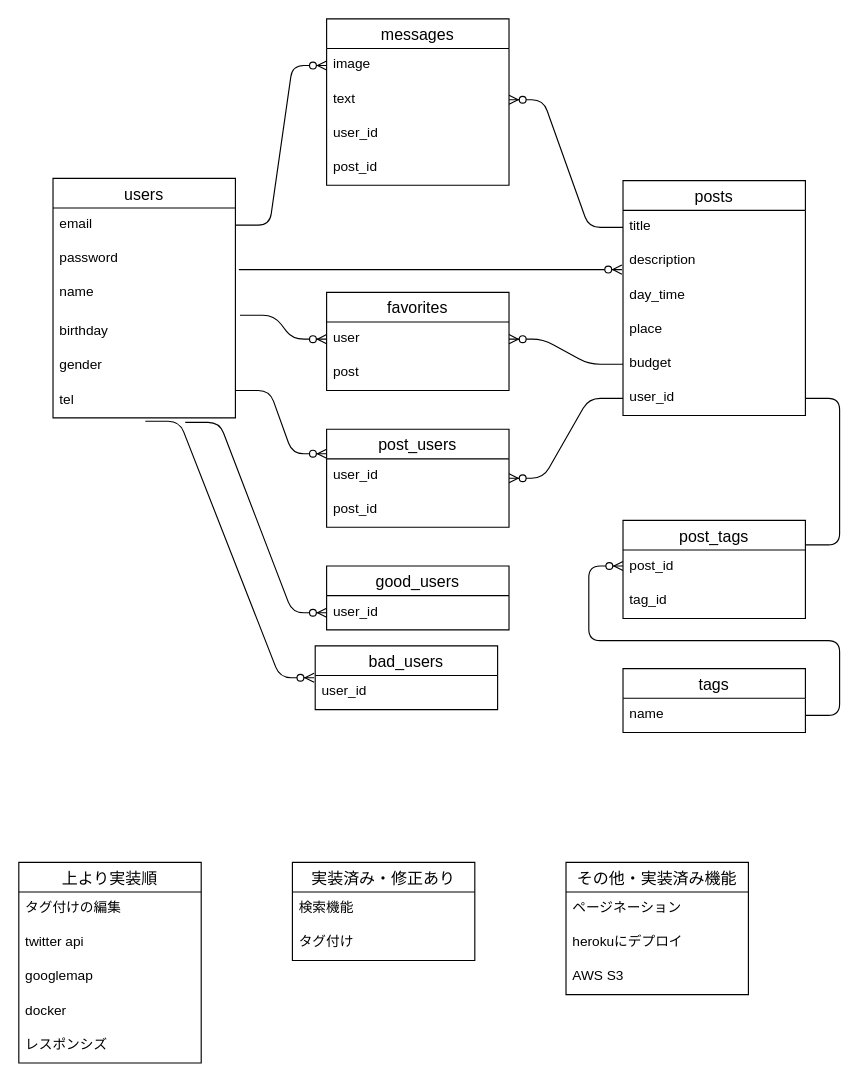
Above: oriapp2.dio in koyama1058/oriapp (draw.io), before the change. Source tidied: cells renumbered, new cells numbered last; positions are measured from the earlier drawing's top-left corner, leaving out a move shared by most shapes. Both pictures are drawn from the tidied source at 114%, with x=0, y=0 at pixel (18, 18).
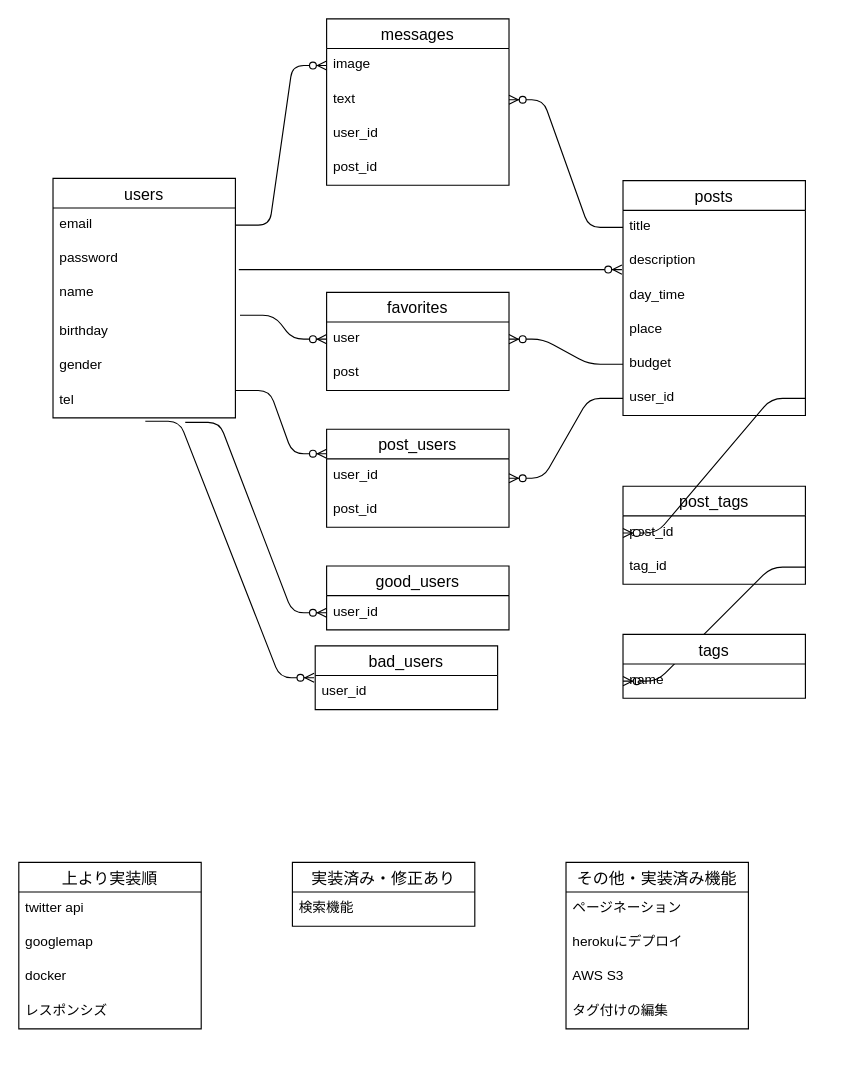
The same page after the edit.

The change refers to these unchanged cells:
```xml
<mxCell id="28" value="user_id&#10;" style="text;strokeColor=none;fillColor=none;spacingLeft=4;spacingRight=4;overflow=hidden;points=[[0,0.5],[1,0.5]];portConstraint=eastwest;fontSize=12;" parent="22" vertex="1">
  <mxGeometry y="176" width="160" height="30" as="geometry" />
</mxCell>
```

Diff of the diagram source:
```diff
@@
     <mxCell id="33" value="実装済み・修正あり" style="swimlane;fontStyle=0;horizontal=1;startSize=26;align=center;fontSize=14;" parent="1" vertex="1">
-      <mxGeometry x="240" y="740" width="160" height="86" as="geometry" />
+      <mxGeometry x="240" y="740" width="160" height="56" as="geometry" />
     </mxCell>
@@
-    <mxCell id="35" value="タグ付け" style="text;strokeColor=none;fillColor=none;spacingLeft=4;spacingRight=4;overflow=hidden;fontSize=12;" parent="33" vertex="1">
-      <mxGeometry y="56" width="160" height="30" as="geometry" />
-    </mxCell>
     <mxCell id="36" value="その他・実装済み機能" style="swimlane;fontStyle=0;horizontal=1;startSize=26;align=center;fontSize=14;" parent="1" vertex="1">
-      <mxGeometry x="480" y="740" width="160" height="116" as="geometry" />
+      <mxGeometry x="480" y="740" width="160" height="146" as="geometry" />
     </mxCell>
@@
+    <mxCell id="55" value="タグ付けの編集" style="text;strokeColor=none;fillColor=none;spacingLeft=4;spacingRight=4;overflow=hidden;fontSize=12;" parent="36" vertex="1">
+      <mxGeometry y="116" width="160" height="30" as="geometry" />
+    </mxCell>
@@
-    <mxCell id="47" style="edgeStyle=entityRelationEdgeStyle;fontSize=12;html=1;endArrow=ERzeroToMany;endFill=1;entryX=0;entryY=0.25;entryDx=0;entryDy=0;" parent="1" edge="1" source="28" target="48">
-      <mxGeometry relative="1" as="geometry" />
-    </mxCell>
-    <mxCell id="48" value="post_tags" style="swimlane;fontStyle=0;horizontal=1;startSize=26;align=center;fontSize=14;" parent="1" vertex="1">
-      <mxGeometry x="530" y="440" width="160" height="86" as="geometry" />
-    </mxCell>
-    <mxCell id="49" value="post_id&#10;" style="text;strokeColor=none;fillColor=none;spacingLeft=4;spacingRight=4;overflow=hidden;points=[[0,0.5],[1,0.5]];portConstraint=eastwest;fontSize=12;" parent="48" vertex="1">
-      <mxGeometry y="26" width="160" height="30" as="geometry" />
-    </mxCell>
-    <mxCell id="50" style="edgeStyle=entityRelationEdgeStyle;fontSize=12;html=1;endArrow=ERzeroToMany;endFill=1;exitX=1;exitY=0.5;exitDx=0;exitDy=0;" parent="48" edge="1" source="53">
-      <mxGeometry relative="1" as="geometry">
-        <mxPoint y="40" as="targetPoint" />
-      </mxGeometry>
-    </mxCell>
-    <mxCell id="51" value="tag_id" style="text;strokeColor=none;fillColor=none;spacingLeft=4;spacingRight=4;overflow=hidden;points=[[0,0.5],[1,0.5]];portConstraint=eastwest;fontSize=12;" parent="48" vertex="1">
-      <mxGeometry y="56" width="160" height="30" as="geometry" />
-    </mxCell>
-    <mxCell id="52" value="tags" style="swimlane;fontStyle=0;horizontal=1;startSize=26;align=center;fontSize=14;" parent="1" vertex="1">
-      <mxGeometry x="530" y="570" width="160" height="56" as="geometry" />
-    </mxCell>
-    <mxCell id="53" value="name" style="text;strokeColor=none;fillColor=none;spacingLeft=4;spacingRight=4;overflow=hidden;points=[[0,0.5],[1,0.5]];portConstraint=eastwest;fontSize=12;" parent="52" vertex="1">
-      <mxGeometry y="26" width="160" height="30" as="geometry" />
-    </mxCell>
     <mxCell id="54" value="上より実装順" style="swimlane;fontStyle=0;horizontal=1;startSize=26;align=center;fontSize=14;" parent="1" vertex="1">
-      <mxGeometry y="740" width="160" height="176" as="geometry" />
+      <mxGeometry y="740" width="160" height="146" as="geometry" />
     </mxCell>
-    <mxCell id="55" value="タグ付けの編集" style="text;strokeColor=none;fillColor=none;spacingLeft=4;spacingRight=4;overflow=hidden;fontSize=12;" parent="54" vertex="1">
-      <mxGeometry y="26" width="160" height="30" as="geometry" />
-    </mxCell>
     <mxCell id="56" value="twitter api" style="text;strokeColor=none;fillColor=none;spacingLeft=4;spacingRight=4;overflow=hidden;fontSize=12;" parent="54" vertex="1">
-      <mxGeometry y="56" width="160" height="30" as="geometry" />
+      <mxGeometry y="26" width="160" height="30" as="geometry" />
     </mxCell>
     <mxCell id="57" value="googlemap" style="text;strokeColor=none;fillColor=none;spacingLeft=4;spacingRight=4;overflow=hidden;fontSize=12;" parent="54" vertex="1">
-      <mxGeometry y="86" width="160" height="30" as="geometry" />
+      <mxGeometry y="56" width="160" height="30" as="geometry" />
     </mxCell>
     <mxCell id="58" value="docker" style="text;strokeColor=none;fillColor=none;spacingLeft=4;spacingRight=4;overflow=hidden;fontSize=12;" parent="54" vertex="1">
-      <mxGeometry y="116" width="160" height="30" as="geometry" />
+      <mxGeometry y="86" width="160" height="30" as="geometry" />
     </mxCell>
     <mxCell id="59" value="レスポンシズ" style="text;strokeColor=none;fillColor=none;spacingLeft=4;spacingRight=4;overflow=hidden;fontSize=12;" parent="54" vertex="1">
-      <mxGeometry y="146" width="160" height="30" as="geometry" />
+      <mxGeometry y="116" width="160" height="30" as="geometry" />
     </mxCell>
+    <mxCell id="48" value="post_tags" style="swimlane;fontStyle=0;horizontal=1;startSize=26;align=center;fontSize=14;" parent="1" vertex="1">
+      <mxGeometry x="530" y="410" width="160" height="86" as="geometry" />
+    </mxCell>
+    <mxCell id="49" value="post_id&#10;" style="text;strokeColor=none;fillColor=none;spacingLeft=4;spacingRight=4;overflow=hidden;points=[[0,0.5],[1,0.5]];portConstraint=eastwest;fontSize=12;" parent="48" vertex="1">
+      <mxGeometry y="26" width="160" height="30" as="geometry" />
+    </mxCell>
+    <mxCell id="51" value="tag_id" style="text;strokeColor=none;fillColor=none;spacingLeft=4;spacingRight=4;overflow=hidden;points=[[0,0.5],[1,0.5]];portConstraint=eastwest;fontSize=12;" parent="48" vertex="1">
+      <mxGeometry y="56" width="160" height="30" as="geometry" />
+    </mxCell>
+    <mxCell id="60" style="edgeStyle=entityRelationEdgeStyle;fontSize=12;html=1;endArrow=ERzeroToMany;endFill=1;exitX=1;exitY=0.5;exitDx=0;exitDy=0;entryX=0;entryY=0.5;entryDx=0;entryDy=0;" parent="1" edge="1" source="28" target="49">
+      <mxGeometry relative="1" as="geometry" />
+    </mxCell>
+    <mxCell id="61" style="edgeStyle=entityRelationEdgeStyle;fontSize=12;html=1;endArrow=ERzeroToMany;endFill=1;entryX=0;entryY=0.5;entryDx=0;entryDy=0;exitX=1;exitY=0.5;exitDx=0;exitDy=0;" parent="1" edge="1" source="51" target="53">
+      <mxGeometry relative="1" as="geometry" />
+    </mxCell>
+    <mxCell id="52" value="tags" style="swimlane;fontStyle=0;horizontal=1;startSize=26;align=center;fontSize=14;" parent="1" vertex="1">
+      <mxGeometry x="530" y="540" width="160" height="56" as="geometry" />
+    </mxCell>
+    <mxCell id="53" value="name" style="text;strokeColor=none;fillColor=none;spacingLeft=4;spacingRight=4;overflow=hidden;points=[[0,0.5],[1,0.5]];portConstraint=eastwest;fontSize=12;" parent="52" vertex="1">
+      <mxGeometry y="26" width="160" height="30" as="geometry" />
+    </mxCell>
```
